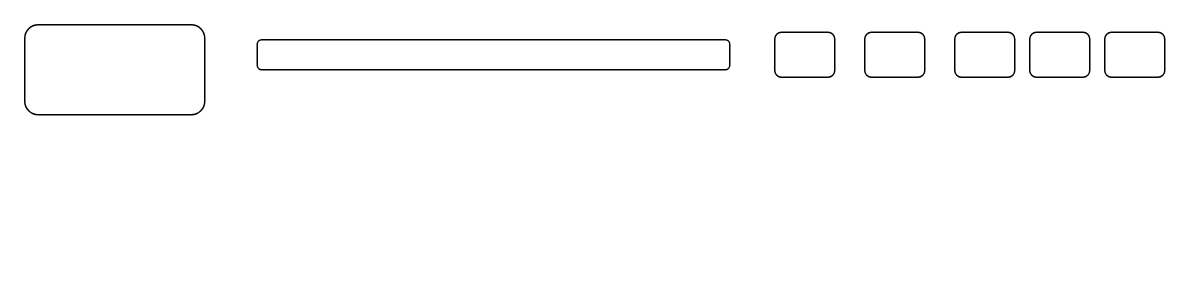
Above: AlexandriaLibrary.drawio in Pao099/AWS (draw.io), before the change. Source tidied: cells renumbered, new cells numbered last; positions are measured from the earlier drawing's top-left corner, leaving out a move shared by most shapes. Both pictures are drawn from the tidied source at 150%, with x=0, y=0 at pixel (24, 24).
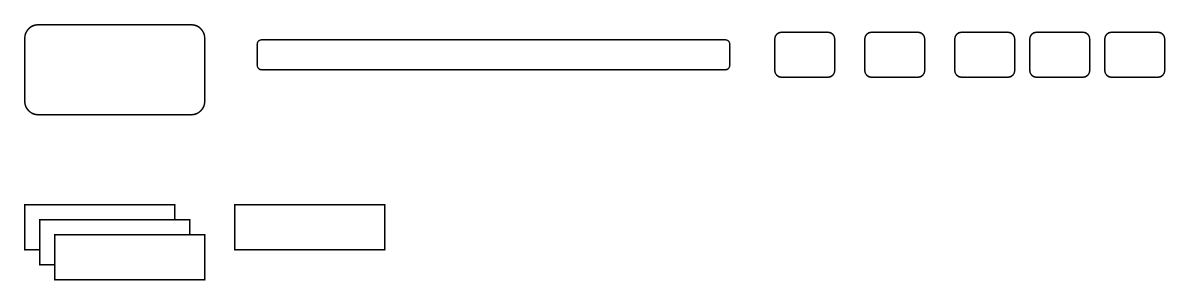
The same diagram, later.

Change to the diagram source:
```diff
@@
 <mxGraphModel>
   <root>
     <mxCell id="0" />
     <mxCell id="1" parent="0" />
     <mxCell id="2" style="rounded=1;whiteSpace=wrap;html=1;" parent="1" vertex="1">
       <mxGeometry width="120" height="60" as="geometry" />
     </mxCell>
     <mxCell id="3" style="rounded=1;whiteSpace=wrap;html=1;" parent="1" vertex="1">
       <mxGeometry x="155" y="10" width="315" height="20" as="geometry" />
     </mxCell>
     <mxCell id="4" style="rounded=1;whiteSpace=wrap;html=1;" parent="1" vertex="1">
       <mxGeometry x="500" y="5" width="40" height="30" as="geometry" />
     </mxCell>
     <mxCell id="5" style="rounded=1;whiteSpace=wrap;html=1;" parent="1" vertex="1">
       <mxGeometry x="620" y="5" width="40" height="30" as="geometry" />
     </mxCell>
     <mxCell id="6" style="rounded=1;whiteSpace=wrap;html=1;" parent="1" vertex="1">
       <mxGeometry x="560" y="5" width="40" height="30" as="geometry" />
     </mxCell>
     <mxCell id="7" style="rounded=1;whiteSpace=wrap;html=1;" parent="1" vertex="1">
       <mxGeometry x="670" y="5" width="40" height="30" as="geometry" />
     </mxCell>
     <mxCell id="8" style="rounded=1;whiteSpace=wrap;html=1;" parent="1" vertex="1">
       <mxGeometry x="720" y="5" width="40" height="30" as="geometry" />
     </mxCell>
+    <mxCell id="9" style="rounded=0;whiteSpace=wrap;html=1;" parent="1" vertex="1">
+      <mxGeometry y="120" width="100" height="30" as="geometry" />
+    </mxCell>
+    <mxCell id="10" style="rounded=0;whiteSpace=wrap;html=1;" parent="1" vertex="1">
+      <mxGeometry x="10" y="130" width="100" height="30" as="geometry" />
+    </mxCell>
+    <mxCell id="11" style="rounded=0;whiteSpace=wrap;html=1;" parent="1" vertex="1">
+      <mxGeometry x="20" y="140" width="100" height="30" as="geometry" />
+    </mxCell>
+    <mxCell id="12" style="rounded=0;whiteSpace=wrap;html=1;" parent="1" vertex="1">
+      <mxGeometry x="140" y="120" width="100" height="30" as="geometry" />
+    </mxCell>
   </root>
 </mxGraphModel>
```
